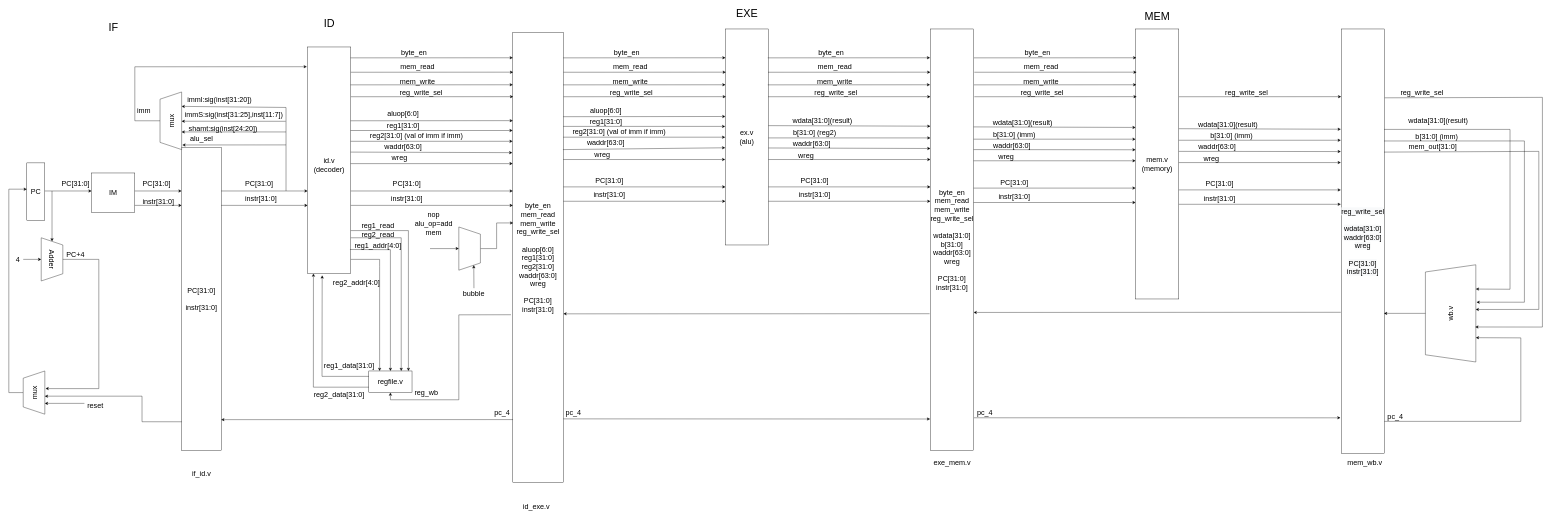
Earlier version of the draw.io diagram Untitled Diagram.drawio (li-ziang/-.cpp). Source tidied: cells renumbered, new cells numbered last; positions are measured from the earlier drawing's top-left corner, leaving out a move shared by most shapes. Both pictures are drawn from the tidied source at 36%, with x=0, y=0 at pixel (9, 7).
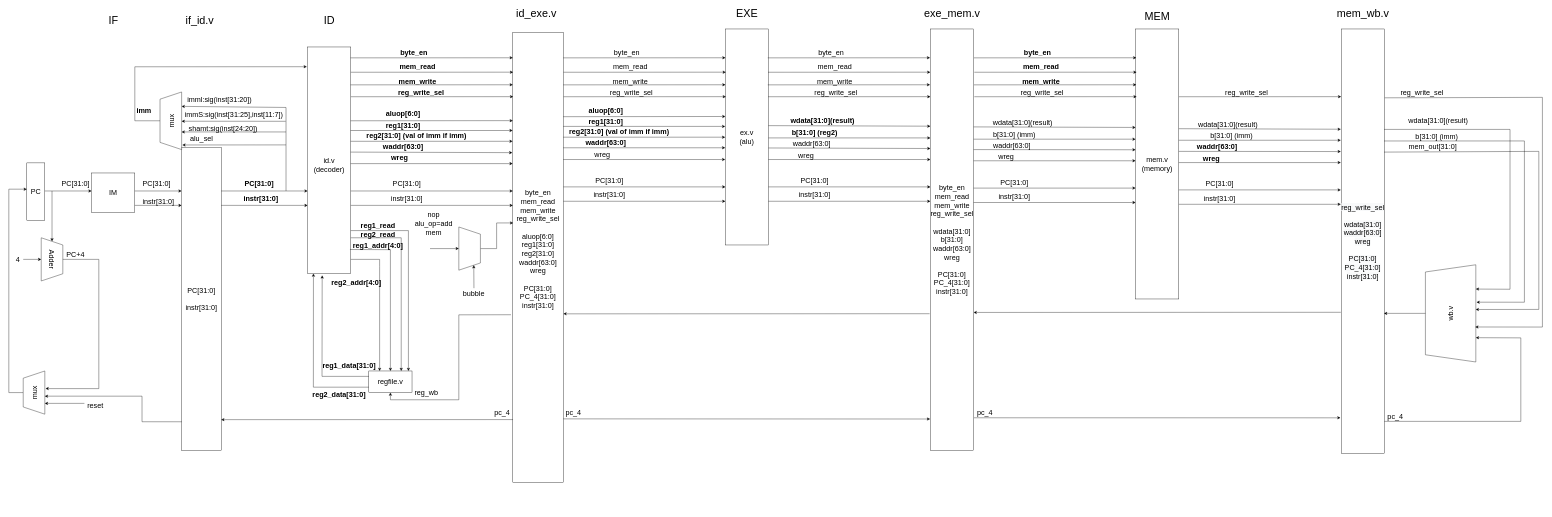
The same page after the edit.

What changed in the source:
```diff
@@
     <mxCell id="11" value="&lt;font style=&quot;font-size: 30px&quot;&gt;IF&lt;/font&gt;" style="text;html=1;align=center;verticalAlign=middle;strokeColor=none;fillColor=none;" parent="1" vertex="1">
-      <mxGeometry x="270" y="40" width="40" height="30" as="geometry" />
+      <mxGeometry x="270" y="20" width="40" height="30" as="geometry" />
     </mxCell>
-    <mxCell id="12" value="if_id.v&lt;br&gt;" style="text;html=1;align=center;verticalAlign=middle;strokeColor=none;fillColor=none;fontSize=20;" parent="1" vertex="1">
-      <mxGeometry x="500" y="1280" width="70" height="30" as="geometry" />
-    </mxCell>
@@
-    <mxCell id="15" value="&lt;font style=&quot;font-size: 20px&quot;&gt;PC[31:0]&lt;/font&gt;" style="text;html=1;align=center;verticalAlign=middle;strokeColor=none;fillColor=none;" parent="1" vertex="1">
-      <mxGeometry x="650" y="480" width="90" height="20" as="geometry" />
+    <mxCell id="15" value="&lt;font style=&quot;font-size: 20px&quot;&gt;&lt;b&gt;PC[31:0]&lt;/b&gt;&lt;/font&gt;" style="text;html=1;align=center;verticalAlign=middle;strokeColor=none;fillColor=none;" parent="1" vertex="1">
+      <mxGeometry x="645" y="480" width="100" height="20" as="geometry" />
     </mxCell>
-    <mxCell id="16" value="&lt;font style=&quot;font-size: 20px&quot;&gt;instr[31:0]&lt;/font&gt;" style="text;html=1;align=center;verticalAlign=middle;strokeColor=none;fillColor=none;" parent="1" vertex="1">
-      <mxGeometry x="650" y="520" width="100" height="20" as="geometry" />
+    <mxCell id="16" value="&lt;font style=&quot;font-size: 20px&quot;&gt;&lt;b&gt;instr[31:0]&lt;/b&gt;&lt;/font&gt;" style="text;html=1;align=center;verticalAlign=middle;strokeColor=none;fillColor=none;" parent="1" vertex="1">
+      <mxGeometry x="645" y="520" width="110" height="20" as="geometry" />
     </mxCell>
@@
-    <mxCell id="23" value="reg1_read" style="text;html=1;align=center;verticalAlign=middle;strokeColor=none;fillColor=none;fontSize=20;" parent="1" vertex="1">
+    <mxCell id="23" value="&lt;b&gt;reg1_read&lt;/b&gt;" style="text;html=1;align=center;verticalAlign=middle;strokeColor=none;fillColor=none;fontSize=20;" parent="1" vertex="1">
       <mxGeometry x="970" y="590" width="110" height="30" as="geometry" />
     </mxCell>
-    <mxCell id="24" value="reg2_read" style="text;html=1;align=center;verticalAlign=middle;strokeColor=none;fillColor=none;fontSize=20;" parent="1" vertex="1">
+    <mxCell id="24" value="&lt;b&gt;reg2_read&lt;/b&gt;" style="text;html=1;align=center;verticalAlign=middle;strokeColor=none;fillColor=none;fontSize=20;" parent="1" vertex="1">
       <mxGeometry x="970" y="615" width="110" height="30" as="geometry" />
     </mxCell>
-    <mxCell id="25" value="reg1_addr[4:0]" style="text;html=1;align=center;verticalAlign=middle;points=[];strokeColor=none;fillColor=none;fontSize=20;" parent="1" vertex="1">
+    <mxCell id="25" value="&lt;b&gt;reg1_addr[4:0]&lt;/b&gt;" style="text;html=1;align=center;verticalAlign=middle;points=[];strokeColor=none;fillColor=none;fontSize=20;" parent="1" vertex="1">
       <mxGeometry x="950" y="645" width="150" height="30" as="geometry" />
     </mxCell>
-    <mxCell id="26" value="reg2_addr[4:0]" style="text;html=1;align=center;verticalAlign=middle;strokeColor=none;fillColor=none;fontSize=20;" parent="1" vertex="1">
+    <mxCell id="26" value="&lt;b&gt;reg2_addr[4:0]&lt;/b&gt;" style="text;html=1;align=center;verticalAlign=middle;strokeColor=none;fillColor=none;fontSize=20;" parent="1" vertex="1">
       <mxGeometry x="890" y="750" width="150" height="30" as="geometry" />
     </mxCell>
@@
-    <mxCell id="29" value="reg1_data[31:0]" style="text;html=1;align=center;verticalAlign=middle;strokeColor=none;fillColor=none;fontSize=20;" parent="1" vertex="1">
+    <mxCell id="29" value="&lt;b&gt;reg1_data[31:0]&lt;/b&gt;" style="text;html=1;align=center;verticalAlign=middle;strokeColor=none;fillColor=none;fontSize=20;" parent="1" vertex="1">
       <mxGeometry x="865" y="980" width="160" height="30" as="geometry" />
     </mxCell>
-    <mxCell id="30" value="reg2_data[31:0]" style="text;html=1;align=center;verticalAlign=middle;strokeColor=none;fillColor=none;fontSize=20;" parent="1" vertex="1">
+    <mxCell id="30" value="&lt;b&gt;reg2_data[31:0]&lt;/b&gt;" style="text;html=1;align=center;verticalAlign=middle;strokeColor=none;fillColor=none;fontSize=20;" parent="1" vertex="1">
       <mxGeometry x="837" y="1060" width="160" height="30" as="geometry" />
     </mxCell>
     <mxCell id="31" value="&lt;span style=&quot;font-size: 30px&quot;&gt;ID&lt;/span&gt;" style="text;html=1;align=center;verticalAlign=middle;strokeColor=none;fillColor=none;" parent="1" vertex="1">
-      <mxGeometry x="865" y="30" width="50" height="30" as="geometry" />
+      <mxGeometry x="865" y="20" width="50" height="30" as="geometry" />
     </mxCell>
-    <mxCell id="32" value="byte_en&lt;br&gt;mem_read&lt;br&gt;mem_write&lt;br&gt;reg_write_sel&lt;br&gt;&lt;br&gt;aluop[6:0]&lt;br&gt;reg1[31:0]&lt;br&gt;reg2[31:0]&lt;br&gt;waddr[63:0]&lt;br&gt;wreg&lt;br&gt;&lt;br&gt;PC[31:0]&lt;br&gt;instr[31:0]" style="rounded=0;whiteSpace=wrap;html=1;fontSize=20;align=center;" parent="1" vertex="1">
+    <mxCell id="32" value="byte_en&lt;br&gt;mem_read&lt;br&gt;mem_write&lt;br&gt;reg_write_sel&lt;br&gt;&lt;br&gt;aluop[6:0]&lt;br&gt;reg1[31:0]&lt;br&gt;reg2[31:0]&lt;br&gt;waddr[63:0]&lt;br&gt;wreg&lt;br&gt;&lt;br&gt;PC[31:0]&lt;br&gt;PC_4[31:0]&lt;br&gt;instr[31:0]&lt;br&gt;&lt;br&gt;&lt;br&gt;" style="rounded=0;whiteSpace=wrap;html=1;fontSize=20;align=center;" parent="1" vertex="1">
       <mxGeometry x="1400" y="70" width="140" height="1250" as="geometry" />
     </mxCell>
@@
-    <mxCell id="38" value="aluop[6:0]" style="text;html=1;align=center;verticalAlign=middle;strokeColor=none;fillColor=none;fontSize=20;" parent="1" vertex="1">
-      <mxGeometry x="1045" y="280" width="100" height="30" as="geometry" />
+    <mxCell id="38" value="&lt;b&gt;aluop[6:0]&lt;/b&gt;" style="text;html=1;align=center;verticalAlign=middle;strokeColor=none;fillColor=none;fontSize=20;" parent="1" vertex="1">
+      <mxGeometry x="1040" y="280" width="110" height="30" as="geometry" />
     </mxCell>
-    <mxCell id="39" value="reg1[31:0]" style="text;html=1;align=center;verticalAlign=middle;strokeColor=none;fillColor=none;fontSize=20;" parent="1" vertex="1">
+    <mxCell id="39" value="&lt;b&gt;reg1[31:0]&lt;/b&gt;" style="text;html=1;align=center;verticalAlign=middle;strokeColor=none;fillColor=none;fontSize=20;" parent="1" vertex="1">
       <mxGeometry x="1040" y="312" width="110" height="30" as="geometry" />
     </mxCell>
-    <mxCell id="40" value="reg2[31:0] (val of imm if imm)" style="text;html=1;align=center;verticalAlign=middle;strokeColor=none;fillColor=none;fontSize=20;" parent="1" vertex="1">
-      <mxGeometry x="997" y="340" width="270" height="30" as="geometry" />
+    <mxCell id="40" value="&lt;b&gt;reg2[31:0] (val of imm if imm)&lt;/b&gt;" style="text;html=1;align=center;verticalAlign=middle;strokeColor=none;fillColor=none;fontSize=20;" parent="1" vertex="1">
+      <mxGeometry x="987" y="340" width="290" height="30" as="geometry" />
     </mxCell>
-    <mxCell id="41" value="waddr[63:0]" style="text;html=1;align=center;verticalAlign=middle;strokeColor=none;fillColor=none;fontSize=20;" parent="1" vertex="1">
-      <mxGeometry x="1035" y="370" width="120" height="30" as="geometry" />
+    <mxCell id="41" value="&lt;b&gt;waddr[63:0]&lt;/b&gt;" style="text;html=1;align=center;verticalAlign=middle;strokeColor=none;fillColor=none;fontSize=20;" parent="1" vertex="1">
+      <mxGeometry x="1030" y="370" width="130" height="30" as="geometry" />
     </mxCell>
-    <mxCell id="42" value="wreg" style="text;html=1;align=center;verticalAlign=middle;strokeColor=none;fillColor=none;fontSize=20;" parent="1" vertex="1">
+    <mxCell id="42" value="&lt;b&gt;wreg&lt;/b&gt;" style="text;html=1;align=center;verticalAlign=middle;strokeColor=none;fillColor=none;fontSize=20;" parent="1" vertex="1">
       <mxGeometry x="1055" y="402" width="60" height="30" as="geometry" />
     </mxCell>
@@
-    <mxCell id="48" value="aluop[6:0]" style="text;html=1;align=center;verticalAlign=middle;strokeColor=none;fillColor=none;fontSize=20;" parent="1" vertex="1">
-      <mxGeometry x="1608" y="270" width="100" height="30" as="geometry" />
+    <mxCell id="48" value="&lt;b&gt;aluop[6:0]&lt;/b&gt;" style="text;html=1;align=center;verticalAlign=middle;strokeColor=none;fillColor=none;fontSize=20;" parent="1" vertex="1">
+      <mxGeometry x="1603" y="270" width="110" height="30" as="geometry" />
     </mxCell>
-    <mxCell id="49" value="reg1[31:0]" style="text;html=1;align=center;verticalAlign=middle;strokeColor=none;fillColor=none;fontSize=20;" parent="1" vertex="1">
+    <mxCell id="49" value="&lt;b&gt;reg1[31:0]&lt;/b&gt;" style="text;html=1;align=center;verticalAlign=middle;strokeColor=none;fillColor=none;fontSize=20;" parent="1" vertex="1">
       <mxGeometry x="1603" y="302" width="110" height="30" as="geometry" />
     </mxCell>
-    <mxCell id="50" value="reg2[31:0] (val of imm if imm)" style="text;html=1;align=center;verticalAlign=middle;strokeColor=none;fillColor=none;fontSize=20;" parent="1" vertex="1">
-      <mxGeometry x="1560" y="330" width="270" height="30" as="geometry" />
+    <mxCell id="50" value="&lt;b&gt;reg2[31:0] (val of imm if imm)&lt;/b&gt;" style="text;html=1;align=center;verticalAlign=middle;strokeColor=none;fillColor=none;fontSize=20;" parent="1" vertex="1">
+      <mxGeometry x="1550" y="330" width="290" height="30" as="geometry" />
     </mxCell>
-    <mxCell id="51" value="waddr[63:0]" style="text;html=1;align=center;verticalAlign=middle;strokeColor=none;fillColor=none;fontSize=20;" parent="1" vertex="1">
-      <mxGeometry x="1598" y="360" width="120" height="30" as="geometry" />
+    <mxCell id="51" value="&lt;b&gt;waddr[63:0]&lt;/b&gt;" style="text;html=1;align=center;verticalAlign=middle;strokeColor=none;fillColor=none;fontSize=20;" parent="1" vertex="1">
+      <mxGeometry x="1593" y="360" width="130" height="30" as="geometry" />
     </mxCell>
@@
-    <mxCell id="62" value="id_exe.v" style="text;html=1;align=center;verticalAlign=middle;strokeColor=none;fillColor=none;fontSize=20;" parent="1" vertex="1">
-      <mxGeometry x="1420" y="1370" width="90" height="30" as="geometry" />
-    </mxCell>
@@
-    <mxCell id="65" style="endArrow=classic;html=1;rounded=0;fontSize=20;exitX=0.994;exitY=0.26;exitDx=0;exitDy=0;exitPerimeter=0;" parent="1" edge="1" source="32">
+    <mxCell id="65" style="endArrow=classic;html=1;rounded=0;fontSize=20;" parent="1" edge="1">
       <mxGeometry relative="1" as="geometry">
+        <mxPoint x="1540" y="390" as="sourcePoint" />
         <mxPoint x="1990" y="390" as="targetPoint" />
       </mxGeometry>
     </mxCell>
@@
-    <mxCell id="73" value="wdata[31:0](result)" style="text;html=1;align=center;verticalAlign=middle;strokeColor=none;fillColor=none;fontSize=20;" parent="1" vertex="1">
-      <mxGeometry x="2170" y="300" width="180" height="30" as="geometry" />
+    <mxCell id="73" value="&lt;b&gt;wdata[31:0](result)&lt;/b&gt;" style="text;html=1;align=center;verticalAlign=middle;strokeColor=none;fillColor=none;fontSize=20;" parent="1" vertex="1">
+      <mxGeometry x="2165" y="300" width="190" height="30" as="geometry" />
     </mxCell>
-    <mxCell id="74" value="b[31:0] (reg2)" style="text;html=1;align=center;verticalAlign=middle;strokeColor=none;fillColor=none;fontSize=20;" parent="1" vertex="1">
+    <mxCell id="74" value="b[31:0] (reg2)" style="text;html=1;align=center;verticalAlign=middle;strokeColor=none;fillColor=none;fontSize=20;fontStyle=1;" parent="1" vertex="1">
       <mxGeometry x="2167.5" y="332" width="140" height="30" as="geometry" />
     </mxCell>
@@
-    <mxCell id="76" value="byte_en&lt;br&gt;mem_read&lt;br&gt;mem_write&lt;br&gt;reg_write_sel&lt;br&gt;&lt;br&gt;wdata[31:0]&lt;br&gt;b[31:0]&lt;br&gt;waddr[63:0]&lt;br&gt;wreg&lt;br&gt;&lt;br&gt;PC[31:0]&lt;br&gt;instr[31:0]" style="rounded=0;whiteSpace=wrap;html=1;fontSize=20;align=center;" parent="1" vertex="1">
+    <mxCell id="76" value="byte_en&lt;br&gt;mem_read&lt;br&gt;mem_write&lt;br&gt;reg_write_sel&lt;br&gt;&lt;br&gt;wdata[31:0]&lt;br&gt;b[31:0]&lt;br&gt;waddr[63:0]&lt;br&gt;wreg&lt;br&gt;&lt;br&gt;PC[31:0]&lt;br&gt;PC_4[31:0]&lt;br&gt;instr[31:0]" style="rounded=0;whiteSpace=wrap;html=1;fontSize=20;align=center;" parent="1" vertex="1">
       <mxGeometry x="2560" y="60" width="120" height="1170" as="geometry" />
     </mxCell>
-    <mxCell id="77" value="exe_mem.v" style="text;html=1;align=center;verticalAlign=middle;strokeColor=none;fillColor=none;fontSize=20;" parent="1" vertex="1">
-      <mxGeometry x="2560" y="1250" width="120" height="30" as="geometry" />
+    <mxCell id="77" value="&lt;font style=&quot;font-size: 30px&quot;&gt;exe_mem.v&lt;/font&gt;" style="text;html=1;align=center;verticalAlign=middle;strokeColor=none;fillColor=none;fontSize=20;" parent="1" vertex="1">
+      <mxGeometry x="2535" width="170" height="30" as="geometry" />
     </mxCell>
@@
-    <mxCell id="92" value="waddr[63:0]" style="text;html=1;align=center;verticalAlign=middle;strokeColor=none;fillColor=none;fontSize=20;" parent="1" vertex="1">
-      <mxGeometry x="3295.5" y="372" width="120" height="30" as="geometry" />
+    <mxCell id="92" value="waddr[63:0]" style="text;html=1;align=center;verticalAlign=middle;strokeColor=none;fillColor=none;fontSize=20;fontStyle=1;" parent="1" vertex="1">
+      <mxGeometry x="3290.5" y="372" width="130" height="30" as="geometry" />
     </mxCell>
-    <mxCell id="93" value="wreg" style="text;html=1;align=center;verticalAlign=middle;strokeColor=none;fillColor=none;fontSize=20;" parent="1" vertex="1">
+    <mxCell id="93" value="wreg" style="text;html=1;align=center;verticalAlign=middle;strokeColor=none;fillColor=none;fontSize=20;fontStyle=1;" parent="1" vertex="1">
       <mxGeometry x="3309.5" y="405" width="60" height="30" as="geometry" />
     </mxCell>
@@
-    <mxCell id="102" value="&lt;span style=&quot;color: rgb(0 , 0 , 0) ; font-family: &amp;#34;helvetica&amp;#34; ; font-size: 20px ; font-style: normal ; font-weight: 400 ; letter-spacing: normal ; text-align: center ; text-indent: 0px ; text-transform: none ; word-spacing: 0px ; background-color: rgb(248 , 249 , 250) ; display: inline ; float: none&quot;&gt;reg_write_sel&lt;br&gt;&lt;br&gt;wdata[31:0]&lt;br&gt;&lt;span style=&quot;font-family: &amp;#34;helvetica&amp;#34;&quot;&gt;waddr[63:0]&lt;br&gt;&lt;/span&gt;wreg&lt;br&gt;&lt;br&gt;PC[31:0]&lt;br&gt;instr[31:0]&lt;br&gt;&lt;/span&gt;" style="rounded=0;whiteSpace=wrap;html=1;fontSize=20;align=center;" parent="1" vertex="1">
+    <mxCell id="102" value="&lt;span style=&quot;color: rgb(0 , 0 , 0) ; font-family: &amp;#34;helvetica&amp;#34; ; font-size: 20px ; font-style: normal ; font-weight: 400 ; letter-spacing: normal ; text-align: center ; text-indent: 0px ; text-transform: none ; word-spacing: 0px ; background-color: rgb(248 , 249 , 250) ; display: inline ; float: none&quot;&gt;reg_write_sel&lt;br&gt;&lt;br&gt;wdata[31:0]&lt;br&gt;&lt;span style=&quot;font-family: &amp;#34;helvetica&amp;#34;&quot;&gt;waddr[63:0]&lt;br&gt;&lt;/span&gt;wreg&lt;br&gt;&lt;br&gt;PC[31:0]&lt;br&gt;&lt;span style=&quot;font-family: &amp;#34;helvetica&amp;#34;&quot;&gt;PC_4[31:0]&lt;/span&gt;&lt;br&gt;instr[31:0]&lt;br&gt;&lt;/span&gt;" style="rounded=0;whiteSpace=wrap;html=1;fontSize=20;align=center;" parent="1" vertex="1">
       <mxGeometry x="3701" y="60" width="120" height="1180" as="geometry" />
     </mxCell>
@@
-    <mxCell id="106" value="mem_wb.v" style="text;html=1;align=center;verticalAlign=middle;strokeColor=none;fillColor=none;fontSize=20;" parent="1" vertex="1">
-      <mxGeometry x="3711" y="1250" width="110" height="30" as="geometry" />
+    <mxCell id="106" value="&lt;font style=&quot;font-size: 30px&quot;&gt;mem_wb.v&lt;/font&gt;" style="text;html=1;align=center;verticalAlign=middle;strokeColor=none;fillColor=none;fontSize=20;" parent="1" vertex="1">
+      <mxGeometry x="3681" width="160" height="30" as="geometry" />
     </mxCell>
@@
-    <mxCell id="147" value="byte_en" style="text;html=1;align=center;verticalAlign=middle;strokeColor=none;fillColor=none;fontSize=20;" parent="1" vertex="1">
+    <mxCell id="147" value="&lt;b&gt;byte_en&lt;/b&gt;" style="text;html=1;align=center;verticalAlign=middle;strokeColor=none;fillColor=none;fontSize=20;" parent="1" vertex="1">
       <mxGeometry x="1080" y="110" width="90" height="30" as="geometry" />
     </mxCell>
-    <mxCell id="148" value="mem_read" style="text;html=1;align=center;verticalAlign=middle;strokeColor=none;fillColor=none;fontSize=20;" parent="1" vertex="1">
-      <mxGeometry x="1080" y="150" width="110" height="30" as="geometry" />
+    <mxCell id="148" value="&lt;b&gt;mem_read&lt;/b&gt;" style="text;html=1;align=center;verticalAlign=middle;strokeColor=none;fillColor=none;fontSize=20;" parent="1" vertex="1">
+      <mxGeometry x="1075" y="150" width="120" height="30" as="geometry" />
     </mxCell>
-    <mxCell id="149" value="mem_write" style="text;html=1;align=center;verticalAlign=middle;strokeColor=none;fillColor=none;fontSize=20;" parent="1" vertex="1">
-      <mxGeometry x="1080" y="190" width="110" height="30" as="geometry" />
+    <mxCell id="149" value="&lt;b&gt;mem_write&lt;/b&gt;" style="text;html=1;align=center;verticalAlign=middle;strokeColor=none;fillColor=none;fontSize=20;" parent="1" vertex="1">
+      <mxGeometry x="1075" y="190" width="120" height="30" as="geometry" />
     </mxCell>
-    <mxCell id="150" value="reg_write_sel" style="text;html=1;align=center;verticalAlign=middle;strokeColor=none;fillColor=none;fontSize=20;" parent="1" vertex="1">
-      <mxGeometry x="1080" y="220" width="130" height="30" as="geometry" />
+    <mxCell id="150" value="&lt;b&gt;reg_write_sel&lt;/b&gt;" style="text;html=1;align=center;verticalAlign=middle;strokeColor=none;fillColor=none;fontSize=20;" parent="1" vertex="1">
+      <mxGeometry x="1075" y="220" width="140" height="30" as="geometry" />
     </mxCell>
@@
-    <mxCell id="171" value="byte_en" style="text;html=1;align=center;verticalAlign=middle;strokeColor=none;fillColor=none;fontSize=20;" parent="1" vertex="1">
+    <mxCell id="171" value="byte_en" style="text;html=1;align=center;verticalAlign=middle;strokeColor=none;fillColor=none;fontSize=20;fontStyle=1;" parent="1" vertex="1">
       <mxGeometry x="2811.9" y="110" width="90" height="30" as="geometry" />
     </mxCell>
-    <mxCell id="172" value="mem_read" style="text;html=1;align=center;verticalAlign=middle;strokeColor=none;fillColor=none;fontSize=20;" parent="1" vertex="1">
-      <mxGeometry x="2811.9" y="150" width="110" height="30" as="geometry" />
+    <mxCell id="172" value="mem_read" style="text;html=1;align=center;verticalAlign=middle;strokeColor=none;fillColor=none;fontSize=20;fontStyle=1;" parent="1" vertex="1">
+      <mxGeometry x="2806.9" y="150" width="120" height="30" as="geometry" />
     </mxCell>
-    <mxCell id="173" value="mem_write" style="text;html=1;align=center;verticalAlign=middle;strokeColor=none;fillColor=none;fontSize=20;" parent="1" vertex="1">
-      <mxGeometry x="2811.9" y="190" width="110" height="30" as="geometry" />
+    <mxCell id="173" value="mem_write" style="text;html=1;align=center;verticalAlign=middle;strokeColor=none;fillColor=none;fontSize=20;fontStyle=1;" parent="1" vertex="1">
+      <mxGeometry x="2806.9" y="190" width="120" height="30" as="geometry" />
     </mxCell>
@@
-    <mxCell id="187" value="imm" style="text;html=1;align=center;verticalAlign=middle;strokeColor=none;fillColor=none;fontSize=20;" parent="1" vertex="1">
-      <mxGeometry x="350" y="270" width="50" height="30" as="geometry" />
+    <mxCell id="187" value="&lt;b&gt;imm&lt;/b&gt;" style="text;html=1;align=center;verticalAlign=middle;strokeColor=none;fillColor=none;fontSize=20;" parent="1" vertex="1">
+      <mxGeometry x="345" y="270" width="60" height="30" as="geometry" />
     </mxCell>
@@
+    <mxCell id="12" value="&lt;font style=&quot;font-size: 30px&quot;&gt;if_id.v&lt;/font&gt;" style="text;html=1;align=center;verticalAlign=middle;strokeColor=none;fillColor=none;fontSize=20;" parent="1" vertex="1">
+      <mxGeometry x="485" y="20" width="90" height="30" as="geometry" />
+    </mxCell>
+    <mxCell id="62" value="&lt;font style=&quot;font-size: 30px&quot;&gt;id_exe.v&lt;/font&gt;" style="text;html=1;align=center;verticalAlign=middle;strokeColor=none;fillColor=none;fontSize=20;" parent="1" vertex="1">
+      <mxGeometry x="1400" width="130" height="30" as="geometry" />
+    </mxCell>
```
